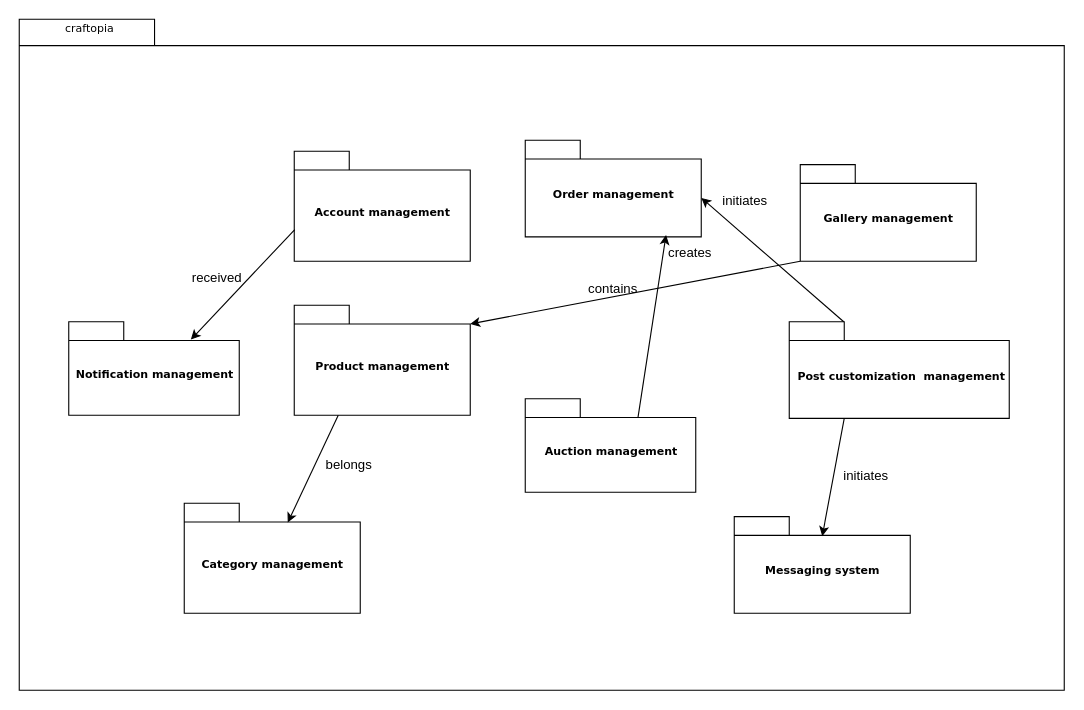
Earlier version of the draw.io diagram Decomposition/Controller.drawio (alibedair/Graduation-Project). Source tidied: cells renumbered, new cells numbered last; positions are measured from the earlier drawing's top-left corner, leaving out a move shared by most shapes. Both pictures are drawn from the tidied source at 110%, with x=0, y=0 at pixel (19, 19).
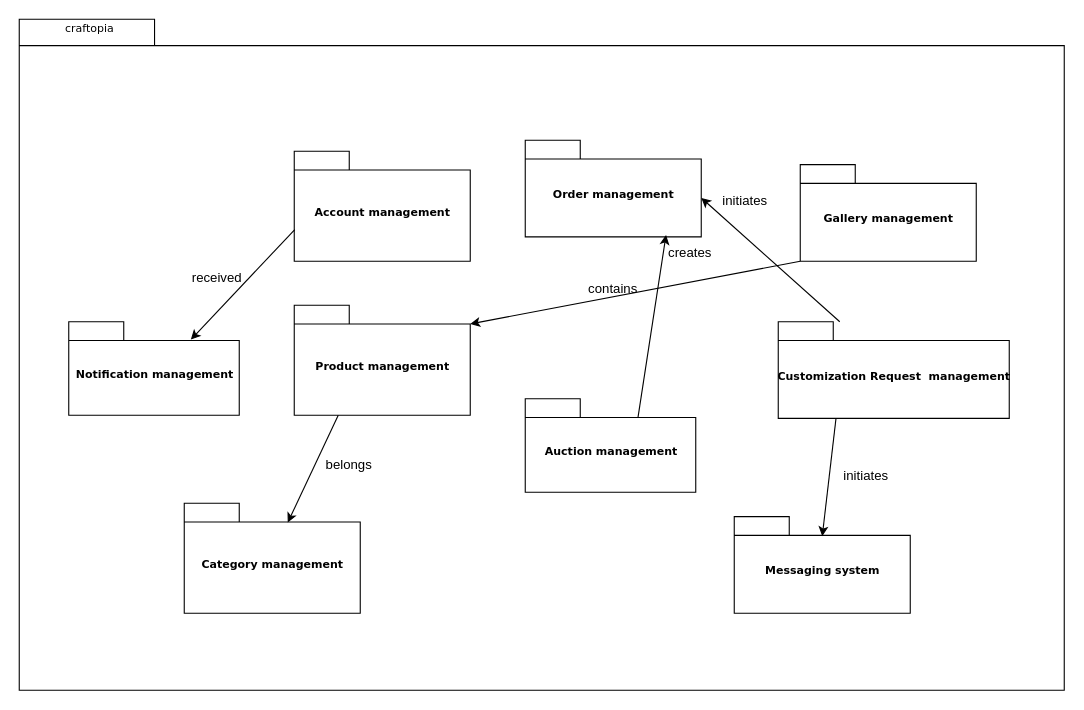
The same diagram, later.

Commit message (it also covers changes not shown here):
update class diagram

What changed in the source:
```diff
@@
-    <mxCell id="9" value="&amp;nbsp;Post customization&amp;nbsp; management" style="shape=folder;fontStyle=1;spacingTop=10;tabWidth=50;tabHeight=17;tabPosition=left;html=1;rounded=0;shadow=0;comic=0;labelBackgroundColor=none;strokeColor=#000000;strokeWidth=1;fillColor=#ffffff;fontFamily=Verdana;fontSize=10;fontColor=#000000;align=center;" parent="1" vertex="1">
-      <mxGeometry x="700" y="275" width="200" height="87.8" as="geometry" />
+    <mxCell id="9" value="Customization Request&amp;nbsp; management" style="shape=folder;fontStyle=1;spacingTop=10;tabWidth=50;tabHeight=17;tabPosition=left;html=1;rounded=0;shadow=0;comic=0;labelBackgroundColor=none;strokeColor=#000000;strokeWidth=1;fillColor=#ffffff;fontFamily=Verdana;fontSize=10;fontColor=#000000;align=center;" parent="1" vertex="1">
+      <mxGeometry x="690" y="275" width="210" height="87.8" as="geometry" />
     </mxCell>
```
